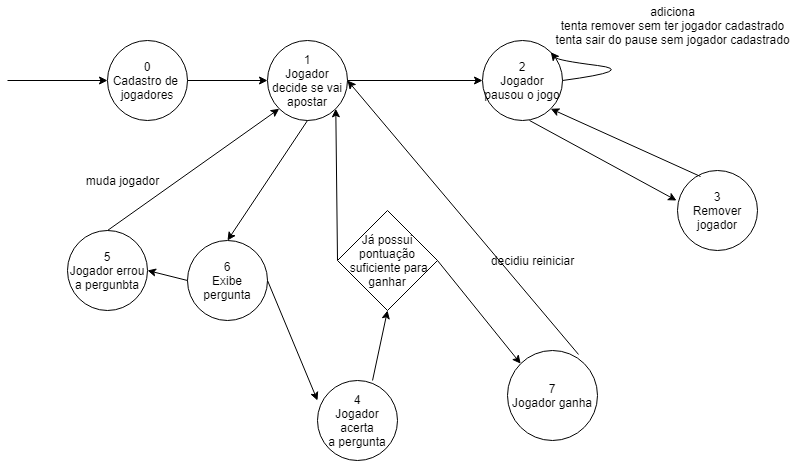
edulope/ShowDoMilhao keeps this draw.io diagram as Docs/Diagrama de estados.png. Above is the earlier version. Source tidied: cells renumbered, new cells last; positions are measured from the earlier drawing's top-left corner, leaving out a move shared by most shapes.
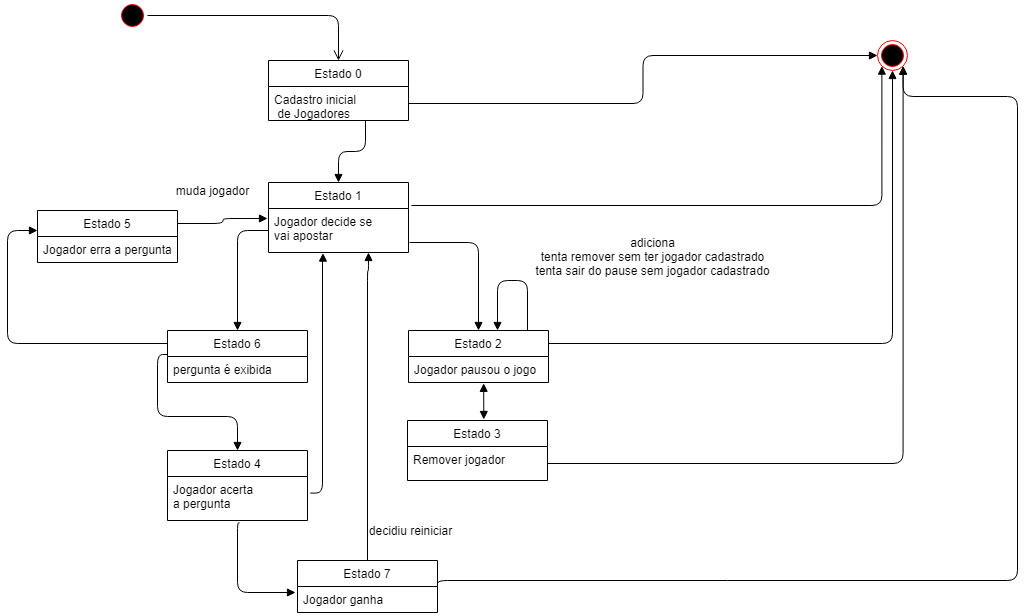
The same file after the commit.

What changed in the source:
```diff
@@ -2,92 +2,196 @@
   <root>
     <mxCell id="0" />
     <mxCell id="1" parent="0" />
-    <mxCell id="2" value="0&lt;br&gt;Cadastro de&amp;nbsp;&lt;br&gt;jogadores" style="ellipse;whiteSpace=wrap;html=1;" parent="1" vertex="1">
-      <mxGeometry x="100" y="40" width="80" height="80" as="geometry" />
-    </mxCell>
-    <mxCell id="3" value="1&lt;br&gt;Jogador decide se vai apostar" style="ellipse;whiteSpace=wrap;html=1;" parent="1" vertex="1">
-      <mxGeometry x="260" y="40" width="80" height="80" as="geometry" />
-    </mxCell>
-    <mxCell id="4" value="2&lt;br&gt;Jogador pausou o jogo" style="ellipse;whiteSpace=wrap;html=1;" parent="1" vertex="1">
-      <mxGeometry x="475" y="40" width="80" height="80" as="geometry" />
-    </mxCell>
-    <mxCell id="5" value="6&lt;br&gt;Exibe pergunta" style="ellipse;whiteSpace=wrap;html=1;" parent="1" vertex="1">
-      <mxGeometry x="180" y="240" width="80" height="80" as="geometry" />
-    </mxCell>
-    <mxCell id="6" value="5&lt;br&gt;Jogador errou a pergunbta" style="ellipse;whiteSpace=wrap;html=1;" parent="1" vertex="1">
-      <mxGeometry x="60" y="230" width="80" height="80" as="geometry" />
-    </mxCell>
-    <mxCell id="7" value="4&lt;br&gt;Jogador acerta&lt;br&gt;a pergunta" style="ellipse;whiteSpace=wrap;html=1;" parent="1" vertex="1">
-      <mxGeometry x="310" y="380" width="80" height="80" as="geometry" />
-    </mxCell>
-    <mxCell id="8" value="3&lt;br&gt;Remover jogador" style="ellipse;whiteSpace=wrap;html=1;" parent="1" vertex="1">
-      <mxGeometry x="670" y="170" width="80" height="80" as="geometry" />
-    </mxCell>
-    <mxCell id="9" style="endArrow=classic;html=1;entryX=0;entryY=0.5;entryDx=0;entryDy=0;" parent="1" edge="1" target="2">
-      <mxGeometry relative="1" as="geometry">
-        <mxPoint y="80" as="sourcePoint" />
-      </mxGeometry>
-    </mxCell>
-    <mxCell id="10" style="curved=1;endArrow=classic;html=1;exitX=1;exitY=0.5;exitDx=0;exitDy=0;entryX=1;entryY=0;entryDx=0;entryDy=0;" parent="1" edge="1" source="4" target="4">
-      <mxGeometry relative="1" as="geometry">
-        <Array as="points">
-          <mxPoint x="630" y="70" />
-          <mxPoint x="550" y="60" />
-        </Array>
-      </mxGeometry>
-    </mxCell>
-    <mxCell id="11" style="endArrow=classic;html=1;entryX=0;entryY=0.5;entryDx=0;entryDy=0;exitX=1;exitY=0.5;exitDx=0;exitDy=0;" parent="1" edge="1" source="3" target="4">
-      <mxGeometry relative="1" as="geometry" />
-    </mxCell>
-    <mxCell id="12" style="endArrow=classic;html=1;entryX=0;entryY=0.5;entryDx=0;entryDy=0;exitX=1;exitY=0.5;exitDx=0;exitDy=0;" parent="1" edge="1" source="2" target="3">
-      <mxGeometry relative="1" as="geometry" />
-    </mxCell>
-    <mxCell id="13" style="endArrow=classic;html=1;entryX=-0.012;entryY=0.375;entryDx=0;entryDy=0;entryPerimeter=0;exitX=0.588;exitY=1;exitDx=0;exitDy=0;exitPerimeter=0;" parent="1" edge="1" source="4" target="8">
-      <mxGeometry relative="1" as="geometry" />
-    </mxCell>
+    <mxCell id="28" value="++" style="ellipse;html=1;shape=startState;fillColor=#000000;strokeColor=#ff0000;" parent="1" vertex="1">
+      <mxGeometry x="90" width="30" height="30" as="geometry" />
+    </mxCell>
+    <mxCell id="29" style="edgeStyle=orthogonalEdgeStyle;html=1;verticalAlign=bottom;endArrow=open;endSize=8;strokeColor=#000000;" parent="1" edge="1" source="28" target="62">
+      <mxGeometry relative="1" as="geometry" />
+    </mxCell>
+    <mxCell id="30" style="ellipse;html=1;shape=endState;fillColor=#000000;strokeColor=#ff0000;" parent="1" vertex="1">
+      <mxGeometry x="850" y="40" width="30" height="30" as="geometry" />
+    </mxCell>
+    <mxCell id="31" style="endArrow=block;endFill=1;html=1;edgeStyle=orthogonalEdgeStyle;align=left;verticalAlign=top;strokeColor=#000000;entryX=0.5;entryY=0;entryDx=0;entryDy=0;exitX=0.693;exitY=1;exitDx=0;exitDy=0;exitPerimeter=0;" parent="1" edge="1" source="63" target="64">
+      <mxGeometry x="-1" relative="1" as="geometry" />
+    </mxCell>
+    <mxCell id="32" style="html=1;align=left;verticalAlign=bottom;labelBackgroundColor=#ffffff;fontSize=10;" parent="31" vertex="1">
+      <mxGeometry x="-1" relative="1" as="geometry" />
+    </mxCell>
+    <mxCell id="33" style="endArrow=block;endFill=1;html=1;edgeStyle=orthogonalEdgeStyle;align=left;verticalAlign=top;strokeColor=#000000;entryX=0;entryY=0.5;entryDx=0;entryDy=0;" parent="1" edge="1" source="63" target="30">
+      <mxGeometry x="-1" relative="1" as="geometry" />
+    </mxCell>
+    <mxCell id="34" style="html=1;align=left;verticalAlign=bottom;labelBackgroundColor=#ffffff;fontSize=10;" parent="33" vertex="1">
+      <mxGeometry x="-1" relative="1" as="geometry" />
+    </mxCell>
+    <mxCell id="35" style="endArrow=block;endFill=1;html=1;edgeStyle=orthogonalEdgeStyle;align=left;verticalAlign=top;strokeColor=#000000;entryX=0;entryY=1;entryDx=0;entryDy=0;exitX=1.021;exitY=-0.068;exitDx=0;exitDy=0;exitPerimeter=0;" parent="1" edge="1" source="65" target="30">
+      <mxGeometry x="-1" relative="1" as="geometry" />
+    </mxCell>
+    <mxCell id="36" style="html=1;align=left;verticalAlign=bottom;labelBackgroundColor=#ffffff;fontSize=10;" parent="35" vertex="1">
+      <mxGeometry x="-1" relative="1" as="geometry" />
+    </mxCell>
+    <mxCell id="37" style="endArrow=block;endFill=1;html=1;edgeStyle=orthogonalEdgeStyle;align=left;verticalAlign=top;strokeColor=#000000;entryX=0.5;entryY=0;entryDx=0;entryDy=0;exitX=1.007;exitY=0.773;exitDx=0;exitDy=0;exitPerimeter=0;" parent="1" edge="1" source="65" target="66">
+      <mxGeometry x="-1" relative="1" as="geometry" />
+    </mxCell>
+    <mxCell id="38" style="html=1;align=left;verticalAlign=bottom;labelBackgroundColor=#ffffff;fontSize=10;" parent="37" vertex="1">
+      <mxGeometry x="-1" relative="1" as="geometry" />
+    </mxCell>
+    <mxCell id="39" style="endArrow=block;endFill=1;html=1;edgeStyle=orthogonalEdgeStyle;align=left;verticalAlign=top;strokeColor=#000000;entryX=0.5;entryY=0;entryDx=0;entryDy=0;exitX=0;exitY=0.5;exitDx=0;exitDy=0;" parent="1" edge="1" source="65" target="68">
+      <mxGeometry x="-1" relative="1" as="geometry" />
+    </mxCell>
+    <mxCell id="40" style="html=1;align=left;verticalAlign=bottom;labelBackgroundColor=#ffffff;fontSize=10;" parent="39" vertex="1">
+      <mxGeometry x="-1" relative="1" as="geometry" />
+    </mxCell>
+    <mxCell id="41" style="endArrow=block;endFill=1;html=1;edgeStyle=orthogonalEdgeStyle;align=left;verticalAlign=top;strokeColor=#000000;entryX=0.5;entryY=0;entryDx=0;entryDy=0;exitX=0;exitY=-0.077;exitDx=0;exitDy=0;exitPerimeter=0;" parent="1" edge="1" source="69" target="70">
+      <mxGeometry x="-1" relative="1" as="geometry" />
+    </mxCell>
+    <mxCell id="42" style="html=1;align=left;verticalAlign=bottom;labelBackgroundColor=#ffffff;fontSize=10;" parent="41" vertex="1">
+      <mxGeometry x="-1" relative="1" as="geometry" />
+    </mxCell>
+    <mxCell id="43" style="endArrow=block;endFill=1;html=1;edgeStyle=orthogonalEdgeStyle;align=left;verticalAlign=top;strokeColor=#000000;entryX=0;entryY=-0.231;entryDx=0;entryDy=0;exitX=0;exitY=0.25;exitDx=0;exitDy=0;entryPerimeter=0;" parent="1" edge="1" source="68" target="73">
+      <mxGeometry x="-1" relative="1" as="geometry">
+        <Array as="points">
+          <mxPoint x="-20" y="343" />
+          <mxPoint x="-20" y="230" />
+        </Array>
+      </mxGeometry>
+    </mxCell>
+    <mxCell id="44" style="html=1;align=left;verticalAlign=bottom;labelBackgroundColor=#ffffff;fontSize=10;" parent="43" vertex="1">
+      <mxGeometry x="-1" relative="1" as="geometry" />
+    </mxCell>
+    <mxCell id="45" style="endArrow=block;endFill=1;html=1;edgeStyle=orthogonalEdgeStyle;align=left;verticalAlign=top;strokeColor=#000000;entryX=-0.007;entryY=0.227;entryDx=0;entryDy=0;exitX=1;exitY=0.25;exitDx=0;exitDy=0;entryPerimeter=0;" parent="1" edge="1" source="72" target="65">
+      <mxGeometry x="-1" relative="1" as="geometry" />
+    </mxCell>
+    <mxCell id="46" style="html=1;align=left;verticalAlign=bottom;labelBackgroundColor=#ffffff;fontSize=10;" parent="45" vertex="1">
+      <mxGeometry x="-1" relative="1" as="geometry" />
+    </mxCell>
+    <mxCell id="47" style="endArrow=block;endFill=1;html=1;edgeStyle=orthogonalEdgeStyle;align=left;verticalAlign=top;strokeColor=#000000;exitX=0.5;exitY=0;exitDx=0;exitDy=0;" parent="1" edge="1" source="74" target="65">
+      <mxGeometry x="-1" relative="1" as="geometry">
+        <Array as="points">
+          <mxPoint x="340" y="270" />
+          <mxPoint x="341" y="270" />
+        </Array>
+      </mxGeometry>
+    </mxCell>
+    <mxCell id="48" style="html=1;align=left;verticalAlign=bottom;labelBackgroundColor=#ffffff;fontSize=10;" parent="47" vertex="1">
+      <mxGeometry x="-1" relative="1" as="geometry" />
+    </mxCell>
+    <mxCell id="49" style="endArrow=block;endFill=1;html=1;edgeStyle=orthogonalEdgeStyle;align=left;verticalAlign=top;strokeColor=#000000;entryX=1;entryY=1;entryDx=0;entryDy=0;exitX=1;exitY=0;exitDx=0;exitDy=0;exitPerimeter=0;" parent="1" edge="1" source="75" target="30">
+      <mxGeometry x="-1" relative="1" as="geometry">
+        <Array as="points">
+          <mxPoint x="410" y="580" />
+          <mxPoint x="990" y="580" />
+          <mxPoint x="990" y="96" />
+          <mxPoint x="876" y="96" />
+        </Array>
+      </mxGeometry>
+    </mxCell>
+    <mxCell id="50" style="html=1;align=left;verticalAlign=bottom;labelBackgroundColor=#ffffff;fontSize=10;" parent="49" vertex="1">
+      <mxGeometry x="-1" relative="1" as="geometry" />
+    </mxCell>
+    <mxCell id="51" style="endArrow=block;endFill=1;html=1;edgeStyle=orthogonalEdgeStyle;align=left;verticalAlign=top;strokeColor=#000000;exitX=1.02;exitY=0.377;exitDx=0;exitDy=0;exitPerimeter=0;entryX=0.389;entryY=1.013;entryDx=0;entryDy=0;entryPerimeter=0;" parent="1" edge="1" source="71" target="65">
+      <mxGeometry x="-1" relative="1" as="geometry">
+        <Array as="points">
+          <mxPoint x="295" y="493" />
+          <mxPoint x="295" y="253" />
+        </Array>
+      </mxGeometry>
+    </mxCell>
+    <mxCell id="52" style="html=1;align=left;verticalAlign=bottom;labelBackgroundColor=#ffffff;fontSize=10;" parent="51" vertex="1">
+      <mxGeometry x="-1" relative="1" as="geometry" />
+    </mxCell>
+    <mxCell id="53" style="endArrow=block;endFill=1;html=1;edgeStyle=orthogonalEdgeStyle;align=left;verticalAlign=top;strokeColor=#000000;entryX=-0.014;entryY=0.231;entryDx=0;entryDy=0;exitX=0.514;exitY=1.052;exitDx=0;exitDy=0;exitPerimeter=0;entryPerimeter=0;" parent="1" edge="1" source="71" target="75">
+      <mxGeometry x="-1" relative="1" as="geometry">
+        <Array as="points">
+          <mxPoint x="210" y="522" />
+          <mxPoint x="210" y="592" />
+        </Array>
+      </mxGeometry>
+    </mxCell>
+    <mxCell id="54" style="html=1;align=left;verticalAlign=bottom;labelBackgroundColor=#ffffff;fontSize=10;" parent="53" vertex="1">
+      <mxGeometry x="-1" relative="1" as="geometry" />
+    </mxCell>
+    <mxCell id="55" style="endArrow=block;endFill=1;html=1;edgeStyle=orthogonalEdgeStyle;align=left;verticalAlign=top;strokeColor=#000000;entryX=0.5;entryY=1;entryDx=0;entryDy=0;exitX=1;exitY=0.25;exitDx=0;exitDy=0;" parent="1" edge="1" source="66" target="30">
+      <mxGeometry x="-1" relative="1" as="geometry" />
+    </mxCell>
+    <mxCell id="56" style="html=1;align=left;verticalAlign=bottom;labelBackgroundColor=#ffffff;fontSize=10;" parent="55" vertex="1">
+      <mxGeometry x="-1" relative="1" as="geometry" />
+    </mxCell>
+    <mxCell id="57" style="endArrow=block;endFill=1;html=1;edgeStyle=orthogonalEdgeStyle;align=left;verticalAlign=top;strokeColor=#000000;entryX=1;entryY=1;entryDx=0;entryDy=0;exitX=1;exitY=0.5;exitDx=0;exitDy=0;" parent="1" edge="1" source="77" target="30">
+      <mxGeometry x="-1" relative="1" as="geometry" />
+    </mxCell>
+    <mxCell id="58" style="html=1;align=left;verticalAlign=bottom;labelBackgroundColor=#ffffff;fontSize=10;" parent="57" vertex="1">
+      <mxGeometry x="-1" relative="1" as="geometry" />
+    </mxCell>
+    <mxCell id="59" style="endArrow=block;startArrow=block;endFill=1;startFill=1;html=1;strokeColor=#000000;exitX=0.545;exitY=-0.017;exitDx=0;exitDy=0;exitPerimeter=0;entryX=0.537;entryY=1.031;entryDx=0;entryDy=0;entryPerimeter=0;" parent="1" edge="1" source="76" target="67">
+      <mxGeometry relative="1" as="geometry" />
+    </mxCell>
+    <mxCell id="27" value="muda jogador" style="text;html=1;align=center;verticalAlign=middle;" parent="1" vertex="1">
+      <mxGeometry x="140" y="180" width="90" height="20" as="geometry" />
+    </mxCell>
+    <mxCell id="22" value="decidiu reiniciar" style="text;html=1;align=center;verticalAlign=middle;" parent="1" vertex="1">
+      <mxGeometry x="333" y="520" width="100" height="20" as="geometry" />
+    </mxCell>
+    <mxCell id="60" style="endArrow=block;endFill=1;html=1;edgeStyle=orthogonalEdgeStyle;align=left;verticalAlign=top;strokeColor=#000000;entryX=0.636;entryY=0;entryDx=0;entryDy=0;entryPerimeter=0;" parent="1" edge="1" source="66" target="66">
+      <mxGeometry x="-1" relative="1" as="geometry">
+        <Array as="points">
+          <mxPoint x="500" y="280" />
+          <mxPoint x="470" y="280" />
+        </Array>
+      </mxGeometry>
+    </mxCell>
+    <mxCell id="61" style="html=1;align=left;verticalAlign=bottom;labelBackgroundColor=#ffffff;fontSize=10;" parent="60" vertex="1">
+      <mxGeometry x="-1" relative="1" as="geometry" />
+    </mxCell>
     <mxCell id="14" value="adiciona&lt;br&gt;tenta remover sem ter jogador cadastrado&lt;br&gt;tenta sair do pause sem jogador cadastrado" style="text;html=1;align=center;verticalAlign=middle;" parent="1" vertex="1">
-      <mxGeometry x="540" width="250" height="50" as="geometry" />
+      <mxGeometry x="500" y="231" width="250" height="50" as="geometry" />
     </mxCell>
-    <mxCell id="15" style="endArrow=classic;html=1;entryX=1;entryY=1;entryDx=0;entryDy=0;exitX=0.288;exitY=0.075;exitDx=0;exitDy=0;exitPerimeter=0;" parent="1" edge="1" source="8" target="4">
-      <mxGeometry relative="1" as="geometry" />
-    </mxCell>
-    <mxCell id="16" style="endArrow=classic;html=1;entryX=0.5;entryY=0;entryDx=0;entryDy=0;exitX=0.5;exitY=1;exitDx=0;exitDy=0;" parent="1" edge="1" source="3" target="5">
-      <mxGeometry relative="1" as="geometry" />
-    </mxCell>
-    <mxCell id="17" style="endArrow=classic;html=1;exitX=1;exitY=0.5;exitDx=0;exitDy=0;entryX=0;entryY=0.25;entryDx=0;entryDy=0;entryPerimeter=0;" parent="1" edge="1" source="5" target="7">
-      <mxGeometry relative="1" as="geometry" />
-    </mxCell>
-    <mxCell id="18" style="endArrow=classic;html=1;entryX=1;entryY=1;entryDx=0;entryDy=0;exitX=0;exitY=0.5;exitDx=0;exitDy=0;" parent="1" edge="1" source="23" target="3">
-      <mxGeometry relative="1" as="geometry" />
-    </mxCell>
-    <mxCell id="19" value="7&lt;br&gt;Jogador ganha" style="ellipse;whiteSpace=wrap;html=1;" parent="1" vertex="1">
-      <mxGeometry x="500" y="350" width="90" height="90" as="geometry" />
-    </mxCell>
-    <mxCell id="20" style="endArrow=classic;html=1;exitX=1;exitY=0.5;exitDx=0;exitDy=0;entryX=0;entryY=0;entryDx=0;entryDy=0;" parent="1" edge="1" source="23" target="19">
-      <mxGeometry relative="1" as="geometry" />
-    </mxCell>
-    <mxCell id="21" style="endArrow=classic;html=1;entryX=1;entryY=0.5;entryDx=0;entryDy=0;exitX=0.789;exitY=0.044;exitDx=0;exitDy=0;exitPerimeter=0;" parent="1" edge="1" source="19" target="3">
-      <mxGeometry relative="1" as="geometry" />
-    </mxCell>
-    <mxCell id="22" value="decidiu reiniciar" style="text;html=1;align=center;verticalAlign=middle;" parent="1" vertex="1">
-      <mxGeometry x="475" y="250" width="100" height="20" as="geometry" />
-    </mxCell>
-    <mxCell id="23" value="Já possui pontuação&lt;br&gt;&amp;nbsp;suficiente para ganhar" style="rhombus;whiteSpace=wrap;html=1;" parent="1" vertex="1">
-      <mxGeometry x="330" y="210" width="100" height="100" as="geometry" />
-    </mxCell>
-    <mxCell id="24" style="endArrow=classic;html=1;entryX=0.5;entryY=1;entryDx=0;entryDy=0;exitX=0.688;exitY=0;exitDx=0;exitDy=0;exitPerimeter=0;" parent="1" edge="1" source="7" target="23">
-      <mxGeometry relative="1" as="geometry" />
-    </mxCell>
-    <mxCell id="25" style="endArrow=classic;html=1;entryX=1;entryY=0.5;entryDx=0;entryDy=0;exitX=0;exitY=0.5;exitDx=0;exitDy=0;" parent="1" edge="1" source="5" target="6">
-      <mxGeometry relative="1" as="geometry" />
-    </mxCell>
-    <mxCell id="26" style="endArrow=classic;html=1;entryX=0;entryY=1;entryDx=0;entryDy=0;" parent="1" edge="1" target="3">
-      <mxGeometry relative="1" as="geometry">
-        <mxPoint x="100" y="230" as="sourcePoint" />
-      </mxGeometry>
-    </mxCell>
-    <mxCell id="27" value="muda jogador" style="text;html=1;align=center;verticalAlign=middle;" parent="1" vertex="1">
-      <mxGeometry x="70" y="170" width="90" height="20" as="geometry" />
-    </mxCell>
+    <mxCell id="62" value="Estado 0" style="swimlane;fontStyle=0;horizontal=1;startSize=26;fillColor=none;" parent="1" vertex="1">
+      <mxGeometry x="241" y="60" width="140" height="60" as="geometry" />
+    </mxCell>
+    <mxCell id="63" value="Cadastro inicial&#10; de Jogadores" style="text;strokeColor=none;fillColor=none;align=left;verticalAlign=top;spacingLeft=4;spacingRight=4;overflow=hidden;points=[[0,0.5],[1,0.5]];portConstraint=eastwest;" parent="62" vertex="1">
+      <mxGeometry y="26" width="140" height="34" as="geometry" />
+    </mxCell>
+    <mxCell id="64" value="Estado 1" style="swimlane;fontStyle=0;horizontal=1;startSize=26;fillColor=none;" parent="1" vertex="1">
+      <mxGeometry x="241" y="182" width="140" height="70" as="geometry" />
+    </mxCell>
+    <mxCell id="65" value="Jogador decide se &#10;vai apostar" style="text;strokeColor=none;fillColor=none;align=left;verticalAlign=top;spacingLeft=4;spacingRight=4;overflow=hidden;points=[[0,0.5],[1,0.5]];portConstraint=eastwest;" parent="64" vertex="1">
+      <mxGeometry y="26" width="140" height="44" as="geometry" />
+    </mxCell>
+    <mxCell id="66" value="Estado 2" style="swimlane;fontStyle=0;horizontal=1;startSize=26;fillColor=none;" parent="1" vertex="1">
+      <mxGeometry x="381" y="330" width="140" height="52" as="geometry" />
+    </mxCell>
+    <mxCell id="67" value="Jogador pausou o jogo" style="text;strokeColor=none;fillColor=none;align=left;verticalAlign=top;spacingLeft=4;spacingRight=4;overflow=hidden;points=[[0,0.5],[1,0.5]];portConstraint=eastwest;" parent="66" vertex="1">
+      <mxGeometry y="26" width="140" height="26" as="geometry" />
+    </mxCell>
+    <mxCell id="68" value="Estado 6" style="swimlane;fontStyle=0;horizontal=1;startSize=26;fillColor=none;" parent="1" vertex="1">
+      <mxGeometry x="140" y="330" width="140" height="52" as="geometry" />
+    </mxCell>
+    <mxCell id="69" value="pergunta é exibida" style="text;strokeColor=none;fillColor=none;align=left;verticalAlign=top;spacingLeft=4;spacingRight=4;overflow=hidden;points=[[0,0.5],[1,0.5]];portConstraint=eastwest;" parent="68" vertex="1">
+      <mxGeometry y="26" width="140" height="26" as="geometry" />
+    </mxCell>
+    <mxCell id="70" value="Estado 4" style="swimlane;fontStyle=0;horizontal=1;startSize=26;fillColor=none;" parent="1" vertex="1">
+      <mxGeometry x="140" y="450" width="140" height="70" as="geometry" />
+    </mxCell>
+    <mxCell id="71" value="Jogador acerta&#10;a pergunta" style="text;strokeColor=none;fillColor=none;align=left;verticalAlign=top;spacingLeft=4;spacingRight=4;overflow=hidden;points=[[0,0.5],[1,0.5]];portConstraint=eastwest;" parent="70" vertex="1">
+      <mxGeometry y="26" width="140" height="44" as="geometry" />
+    </mxCell>
+    <mxCell id="72" value="Estado 5" style="swimlane;fontStyle=0;horizontal=1;startSize=26;fillColor=none;" parent="1" vertex="1">
+      <mxGeometry x="10" y="210" width="140" height="52" as="geometry" />
+    </mxCell>
+    <mxCell id="73" value="Jogador erra a pergunta" style="text;strokeColor=none;fillColor=none;align=left;verticalAlign=top;spacingLeft=4;spacingRight=4;overflow=hidden;points=[[0,0.5],[1,0.5]];portConstraint=eastwest;" parent="72" vertex="1">
+      <mxGeometry y="26" width="140" height="26" as="geometry" />
+    </mxCell>
+    <mxCell id="74" value="Estado 7" style="swimlane;fontStyle=0;horizontal=1;startSize=26;fillColor=none;" parent="1" vertex="1">
+      <mxGeometry x="270" y="560" width="140" height="52" as="geometry" />
+    </mxCell>
+    <mxCell id="75" value="Jogador ganha" style="text;strokeColor=none;fillColor=none;align=left;verticalAlign=top;spacingLeft=4;spacingRight=4;overflow=hidden;points=[[0,0.5],[1,0.5]];portConstraint=eastwest;" parent="74" vertex="1">
+      <mxGeometry y="26" width="140" height="26" as="geometry" />
+    </mxCell>
+    <mxCell id="76" value="Estado 3" style="swimlane;fontStyle=0;horizontal=1;startSize=26;fillColor=none;" parent="1" vertex="1">
+      <mxGeometry x="380" y="420" width="140" height="60" as="geometry" />
+    </mxCell>
+    <mxCell id="77" value="Remover jogador" style="text;strokeColor=none;fillColor=none;align=left;verticalAlign=top;spacingLeft=4;spacingRight=4;overflow=hidden;points=[[0,0.5],[1,0.5]];portConstraint=eastwest;" parent="76" vertex="1">
+      <mxGeometry y="26" width="140" height="34" as="geometry" />
+    </mxCell>
   </root>
 </mxGraphModel>
```
